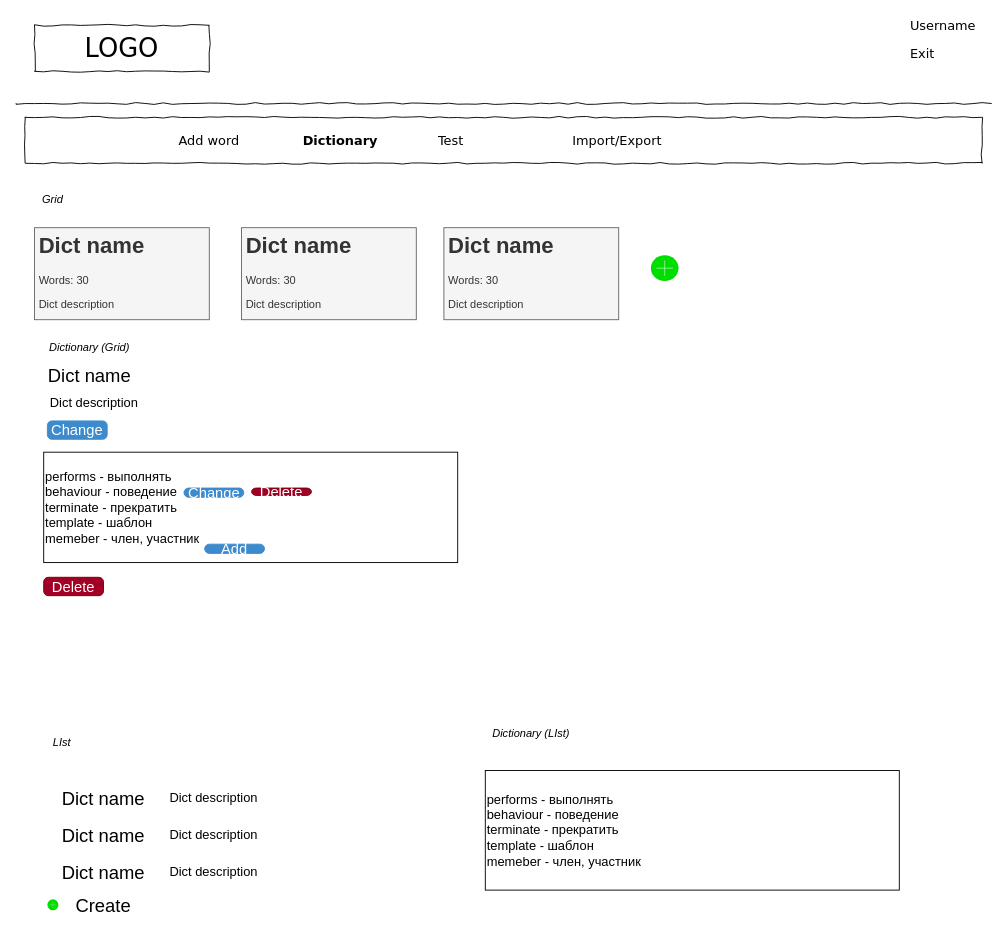
Earlier version of the draw.io diagram page "dictionaries interface" (2 of 6) of schemes/scheme.drawio (vikk777/Smart-Dictionary). Source tidied: cells renumbered, new cells numbered last; positions are measured from the earlier drawing's top-left corner, leaving out a move shared by most shapes. Both pictures are drawn from the tidied source at 92%, with x=0, y=0 at pixel (16, 16).
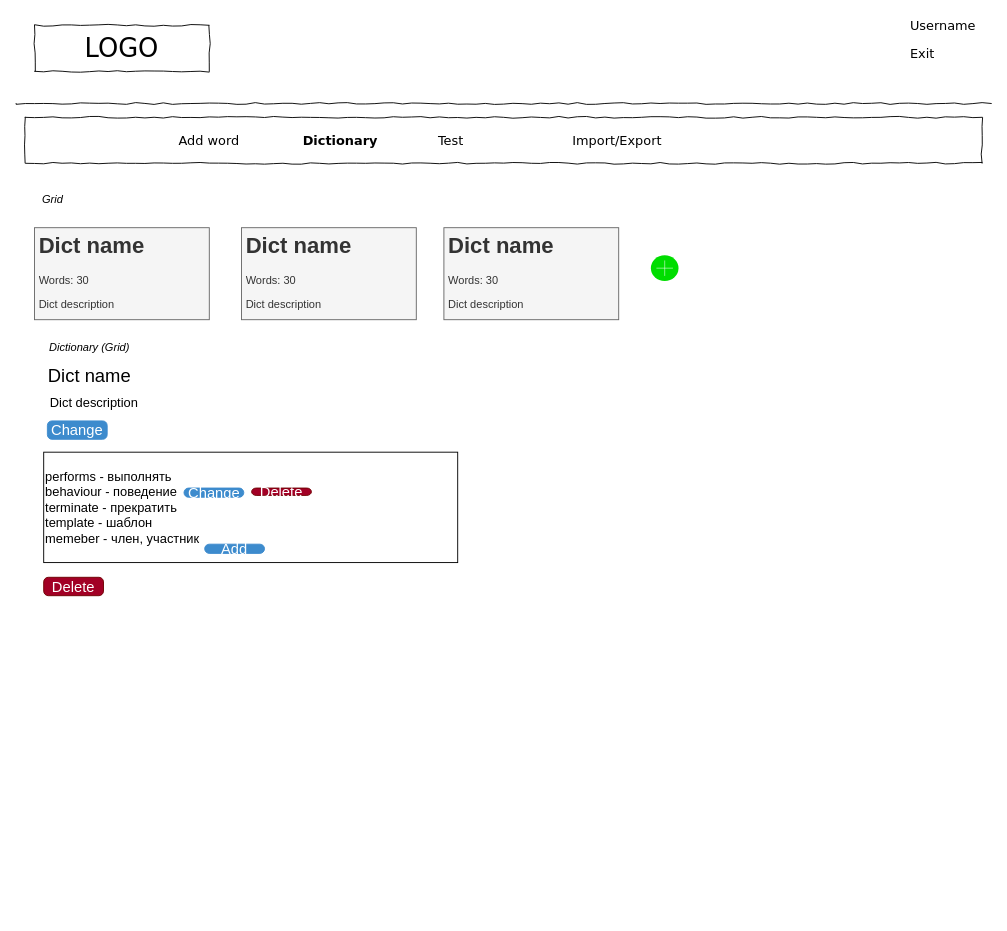
After the change.

Diff of the diagram source:
```diff
@@
-    <mxCell id="13" value="LIst" style="text;html=1;strokeColor=none;fillColor=none;align=center;verticalAlign=middle;whiteSpace=wrap;rounded=0;fontStyle=2;" parent="1" vertex="1">
-      <mxGeometry x="30" y="780" width="40" height="20" as="geometry" />
-    </mxCell>
-    <mxCell id="14" value="Dict name" style="text;html=1;strokeColor=none;fillColor=none;align=center;verticalAlign=middle;whiteSpace=wrap;rounded=0;fontSize=20;" parent="1" vertex="1">
-      <mxGeometry x="40" y="840" width="110" height="20" as="geometry" />
-    </mxCell>
-    <mxCell id="15" value="Dict description" style="text;html=1;strokeColor=none;fillColor=none;align=center;verticalAlign=middle;whiteSpace=wrap;rounded=0;fontSize=14;" parent="1" vertex="1">
-      <mxGeometry x="160" y="840" width="110" height="20" as="geometry" />
-    </mxCell>
-    <mxCell id="16" value="Dict name" style="text;html=1;strokeColor=none;fillColor=none;align=center;verticalAlign=middle;whiteSpace=wrap;rounded=0;fontSize=20;" parent="1" vertex="1">
-      <mxGeometry x="40" y="880" width="110" height="20" as="geometry" />
-    </mxCell>
-    <mxCell id="17" value="Dict description" style="text;html=1;strokeColor=none;fillColor=none;align=center;verticalAlign=middle;whiteSpace=wrap;rounded=0;fontSize=14;" parent="1" vertex="1">
-      <mxGeometry x="160" y="880" width="110" height="20" as="geometry" />
-    </mxCell>
-    <mxCell id="18" value="Dict name" style="text;html=1;strokeColor=none;fillColor=none;align=center;verticalAlign=middle;whiteSpace=wrap;rounded=0;fontSize=20;" parent="1" vertex="1">
-      <mxGeometry x="40" y="920" width="110" height="20" as="geometry" />
-    </mxCell>
-    <mxCell id="19" value="Dict description" style="text;html=1;strokeColor=none;fillColor=none;align=center;verticalAlign=middle;whiteSpace=wrap;rounded=0;fontSize=14;" parent="1" vertex="1">
-      <mxGeometry x="160" y="920" width="110" height="20" as="geometry" />
-    </mxCell>
@@
-    <mxCell id="22" value="Dictionary (LIst)" style="text;html=1;strokeColor=none;fillColor=none;align=center;verticalAlign=middle;whiteSpace=wrap;rounded=0;fontStyle=2;" parent="1" vertex="1">
-      <mxGeometry x="500" y="770" width="120" height="20" as="geometry" />
-    </mxCell>
-    <mxCell id="23" value="&lt;div&gt;performs - выполнять&lt;/div&gt;&lt;div&gt;behaviour - поведение&lt;/div&gt;&lt;div&gt;terminate - прекратить&lt;/div&gt;&lt;div&gt;template - шаблон&lt;/div&gt;&lt;div style=&quot;&quot;&gt;memeber - член, участник&lt;/div&gt;" style="text;html=1;strokeColor=#000000;fillColor=none;align=left;verticalAlign=middle;whiteSpace=wrap;rounded=0;fontSize=14;" parent="1" vertex="1">
-      <mxGeometry x="510" y="820" width="450" height="130" as="geometry" />
-    </mxCell>
@@
-    <mxCell id="25" style="html=1;verticalLabelPosition=bottom;labelBackgroundColor=#ffffff;verticalAlign=top;shadow=0;dashed=0;strokeWidth=2;shape=mxgraph.ios7.misc.add;fillColor=#00dd00;strokeColor=#ffffff;fontSize=14;align=left;" parent="1" vertex="1">
-      <mxGeometry x="34" y="960" width="12" height="12" as="geometry" />
-    </mxCell>
-    <mxCell id="26" value="Create" style="text;html=1;strokeColor=none;fillColor=none;align=center;verticalAlign=middle;whiteSpace=wrap;rounded=0;fontSize=20;" parent="1" vertex="1">
-      <mxGeometry x="40" y="956" width="110" height="20" as="geometry" />
-    </mxCell>
```
